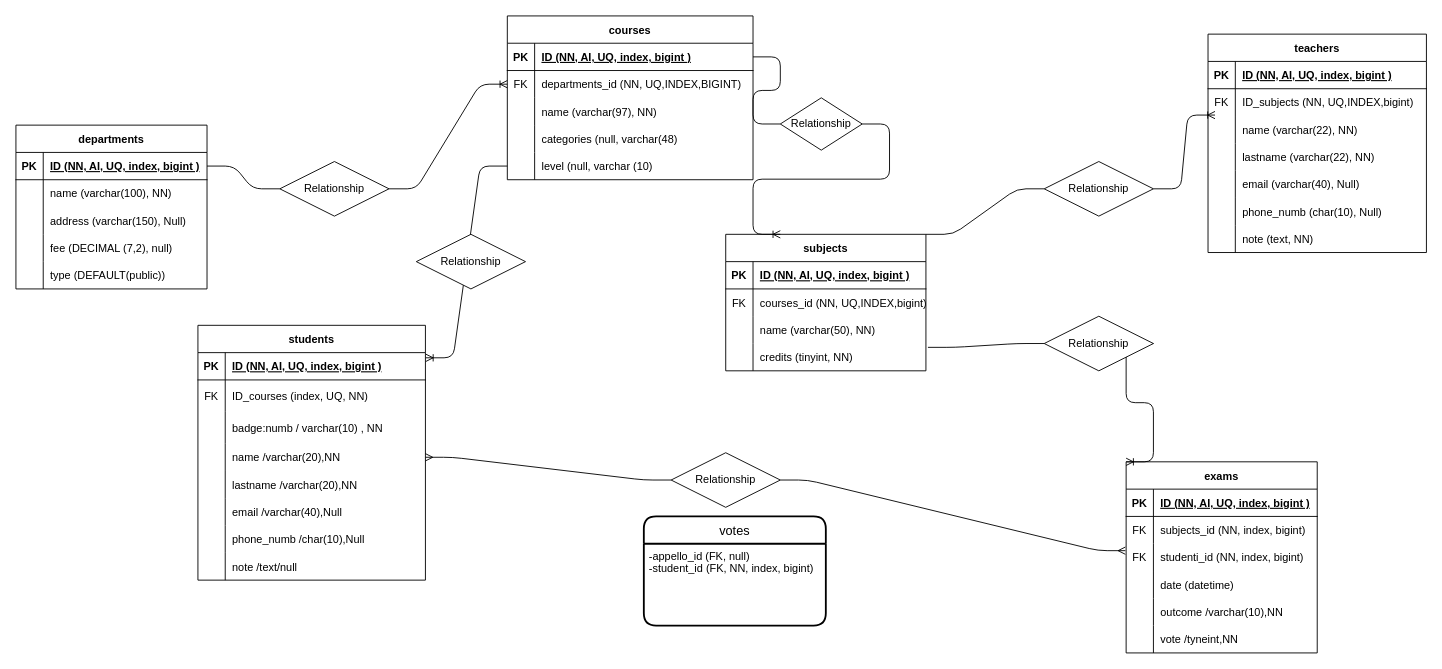
This is schema.dio from giuseppesciacca/db-university, a draw.io file, before an edit. Source tidied: cells renumbered, new cells numbered last; positions are measured from the earlier drawing's top-left corner, leaving out a move shared by most shapes. Both pictures are drawn from the tidied source at 91%, with x=0, y=0 at pixel (15, 15).
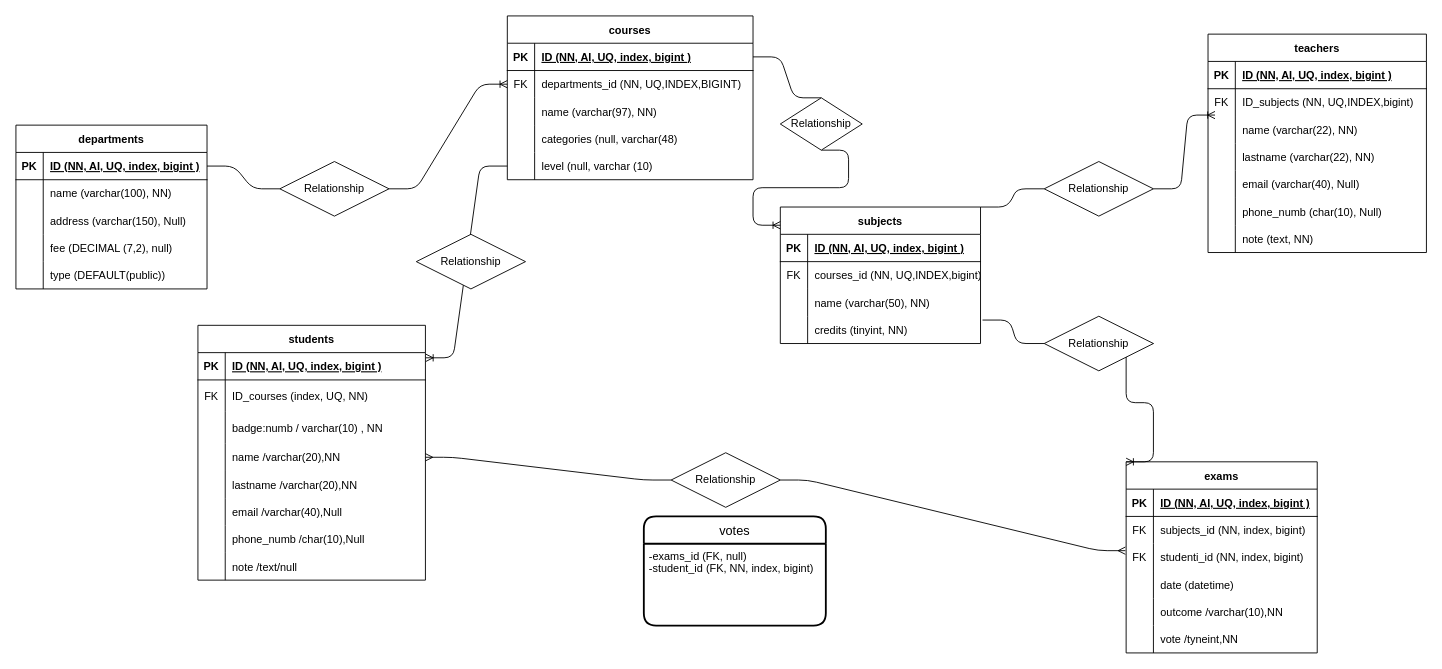
The same page after the edit.

Unchanged cells that the change refers to:
```xml
<mxCell id="19" style="shape=tableRow;horizontal=0;startSize=0;swimlaneHead=0;swimlaneBody=0;fillColor=none;points=[[0,0.5],[1,0.5]];portConstraint=eastwest;top=0;left=0;right=0;bottom=1;" parent="18" vertex="1">
  <mxGeometry y="30" width="270" height="30" as="geometry" />
</mxCell>
<mxCell id="117" value="votes" style="swimlane;horizontal=1;startSize=30;rounded=1;fontSize=14;fontStyle=0;strokeWidth=2;shadow=0;dashed=0;align=center;" parent="1" vertex="1">
  <mxGeometry x="690" y="550" width="200" height="120" as="geometry" />
</mxCell>
<mxCell id="131" value="Relationship" style="shape=rhombus;perimeter=rhombusPerimeter;whiteSpace=wrap;html=1;align=center;" parent="1" vertex="1">
  <mxGeometry x="840" y="90" width="90" height="57.5" as="geometry" />
</mxCell>
```

What changed in the source:
```diff
@@
     <mxCell id="34" value="subjects" style="shape=table;startSize=30;childLayout=tableLayout;rowLines=0;fontStyle=1;align=center;" parent="1" vertex="1">
-      <mxGeometry x="780" y="240" width="220" height="150" as="geometry" />
+      <mxGeometry x="840" y="210" width="220" height="150" as="geometry" />
     </mxCell>
@@
-    <mxCell id="114" style="edgeStyle=entityRelationEdgeStyle;fontSize=12;html=1;endArrow=ERoneToMany;exitX=1;exitY=0.5;exitDx=0;exitDy=0;startArrow=none;" parent="1" edge="1" source="131">
+    <mxCell id="114" style="edgeStyle=entityRelationEdgeStyle;fontSize=12;html=1;endArrow=ERoneToMany;exitX=0.5;exitY=1;exitDx=0;exitDy=0;startArrow=none;" parent="1" edge="1" source="131">
       <mxGeometry relative="1" as="geometry">
-        <mxPoint x="840" y="240" as="targetPoint" />
+        <mxPoint x="840" y="230" as="targetPoint" />
       </mxGeometry>
     </mxCell>
@@
-    <mxCell id="118" value="-appello_id (FK, null)&#10;-student_id (FK, NN, index, bigint)" style="align=left;strokeColor=none;fillColor=none;spacingLeft=4;fontSize=12;verticalAlign=top;" parent="117" vertex="1">
+    <mxCell id="118" value="-exams_id (FK, null)&#10;-student_id (FK, NN, index, bigint)" style="align=left;strokeColor=none;fillColor=none;spacingLeft=4;fontSize=12;verticalAlign=top;" parent="117" vertex="1">
       <mxGeometry y="30" width="200" height="90" as="geometry" />
     </mxCell>
@@
-    <mxCell id="130" style="edgeStyle=entityRelationEdgeStyle;fontSize=12;html=1;endArrow=none;entryX=0;entryY=0.5;entryDx=0;entryDy=0;exitX=1;exitY=0.5;exitDx=0;exitDy=0;" parent="1" edge="1" source="19" target="131">
+    <mxCell id="130" style="edgeStyle=entityRelationEdgeStyle;fontSize=12;html=1;endArrow=none;entryX=0.5;entryY=0;entryDx=0;entryDy=0;exitX=1;exitY=0.5;exitDx=0;exitDy=0;" parent="1" edge="1" source="19" target="131">
       <mxGeometry relative="1" as="geometry" />
     </mxCell>
```
